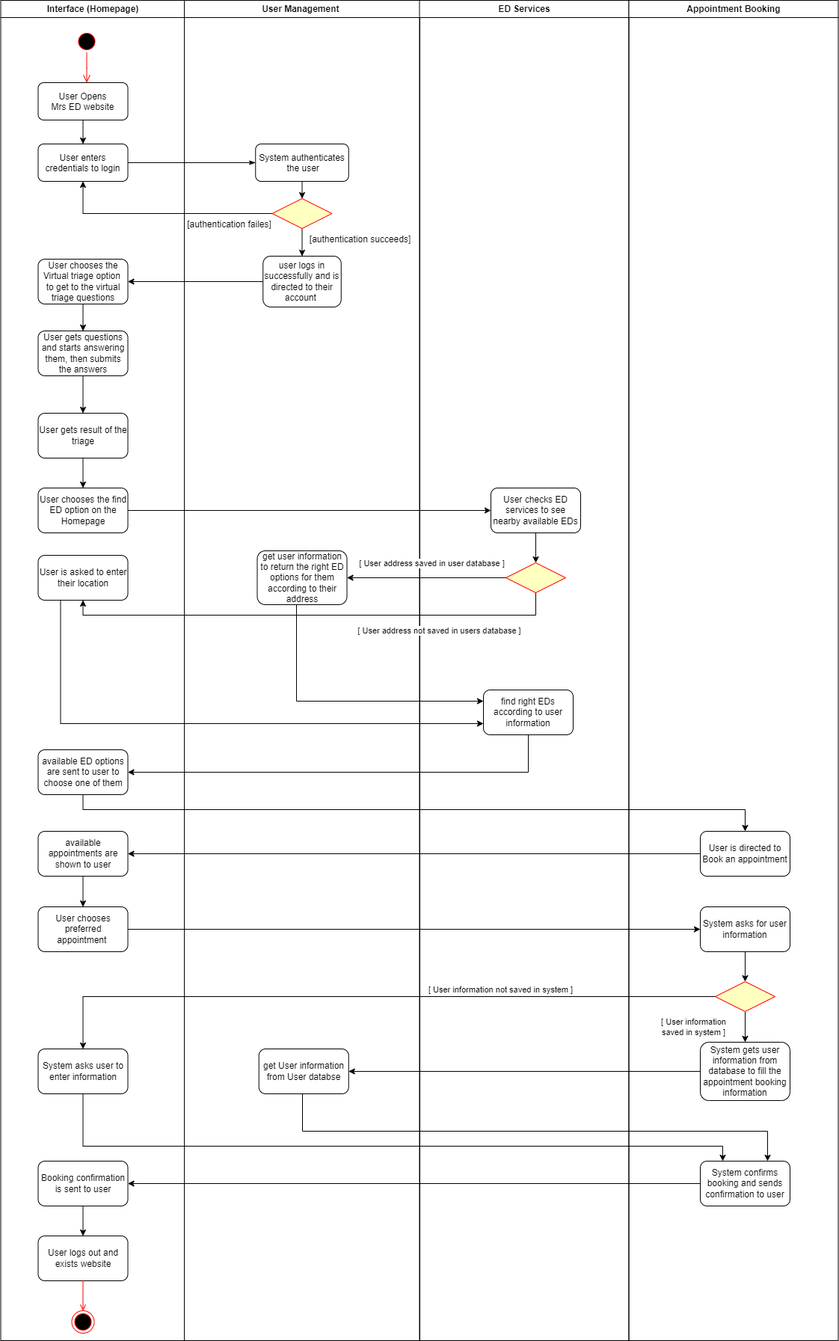
uvic-teach/project-m1-team6 keeps this draw.io diagram as diagrams/Activity-Diagram.drawio.png. Above is the earlier version. Source tidied: cells renumbered, new cells last; positions are measured from the earlier drawing's top-left corner, leaving out a move shared by most shapes.
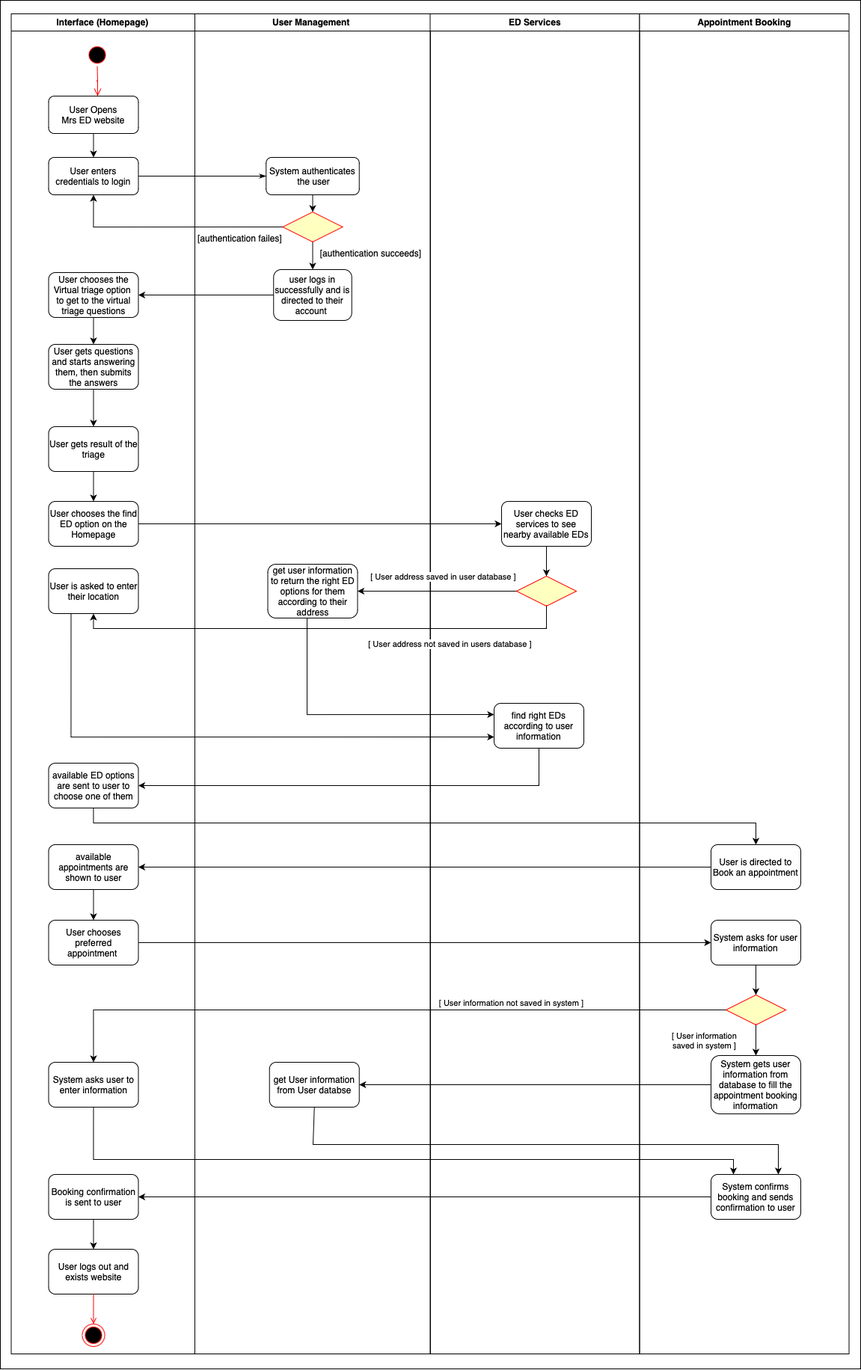
After the change.

Change to the diagram source:
```diff
@@ -2,6 +2,9 @@
   <root>
     <mxCell id="0" />
     <mxCell id="1" parent="0" />
+    <mxCell id="70" style="rounded=0;whiteSpace=wrap;html=1;" parent="1" vertex="1">
+      <mxGeometry x="-14" y="-18" width="1150" height="1830" as="geometry" />
+    </mxCell>
     <mxCell id="2" value="Interface (Homepage)" style="swimlane;whiteSpace=wrap;" parent="1" vertex="1">
       <mxGeometry x="0.5" width="245.5" height="1792" as="geometry" />
     </mxCell>
```
